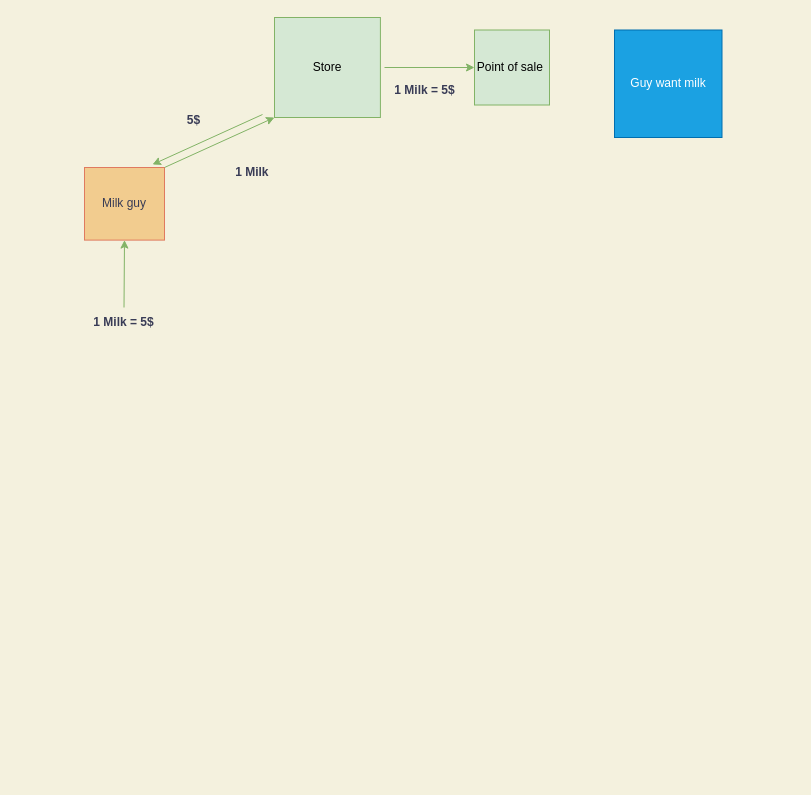
Above: Untitled Diagram.drawio in JoshuaTree63/Complete-Python-3-Bootcamp (draw.io), before the change. Source tidied: cells renumbered, new cells numbered last; positions are measured from the earlier drawing's top-left corner, leaving out a move shared by most shapes. Both pictures are drawn from the tidied source at 100%, with x=0, y=0 at pixel (74, 17). Pictures stored in the file or linked from it are replaced by grey dashed boxes.
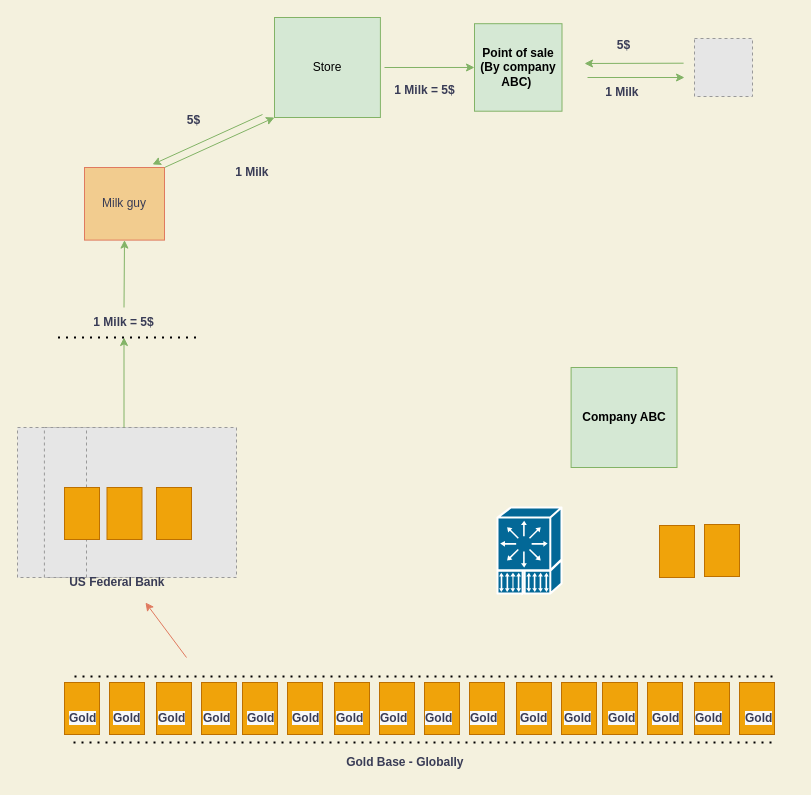
The same page after the edit.

The change refers to these unchanged cells:
```xml
<mxCell id="7" value="1 Milk = 5$" style="text;html=1;strokeColor=none;fillColor=none;align=center;verticalAlign=middle;whiteSpace=wrap;rounded=0;sketch=0;fontColor=#393C56;fontStyle=1;" parent="1" vertex="1">
  <mxGeometry y="290" width="99" height="30" as="geometry" />
</mxCell>
```

What changed in the source:
```diff
@@
-    <mxCell id="2" value="Point of sale&amp;nbsp;" style="whiteSpace=wrap;html=1;fillColor=#d5e8d4;strokeColor=#82b366;" parent="1" vertex="1">
-      <mxGeometry x="400" y="12.5" width="75" height="75" as="geometry" />
+    <mxCell id="2" value="&lt;b&gt;Point of sale (By company ABC)&amp;nbsp;&lt;/b&gt;" style="whiteSpace=wrap;html=1;fillColor=#d5e8d4;strokeColor=#82b366;" parent="1" vertex="1">
+      <mxGeometry x="400" y="6.2" width="87.5" height="87.5" as="geometry" />
     </mxCell>
@@
-    <mxCell id="13" value="Guy want milk" style="whiteSpace=wrap;html=1;fillColor=#1ba1e2;strokeColor=#006EAF;fontColor=#ffffff;" parent="1" vertex="1">
-      <mxGeometry x="540" y="12.5" width="107.5" height="107.5" as="geometry" />
-    </mxCell>
+    <mxCell id="14" style="endArrow=classic;html=1;rounded=0;labelBackgroundColor=#F4F1DE;strokeColor=#82b366;fontColor=#393C56;fillColor=#d5e8d4;exitX=0;exitY=0;exitDx=0;exitDy=0;" parent="1" edge="1">
+      <mxGeometry relative="1" as="geometry">
+        <mxPoint x="513" y="60" as="sourcePoint" />
+        <mxPoint x="610" y="60" as="targetPoint" />
+      </mxGeometry>
+    </mxCell>
+    <mxCell id="15" value="1 Milk&amp;nbsp;" style="text;html=1;strokeColor=none;fillColor=none;align=center;verticalAlign=middle;whiteSpace=wrap;rounded=0;sketch=0;fontColor=#393C56;fontStyle=1;" parent="1" vertex="1">
+      <mxGeometry x="500" y="60" width="99" height="30" as="geometry" />
+    </mxCell>
+    <mxCell id="16" value="5$" style="text;html=1;strokeColor=none;fillColor=none;align=center;verticalAlign=middle;whiteSpace=wrap;rounded=0;sketch=0;fontColor=#393C56;fontStyle=1;" parent="1" vertex="1">
+      <mxGeometry x="500" y="12.5" width="99" height="30" as="geometry" />
+    </mxCell>
+    <mxCell id="17" style="endArrow=classic;html=1;rounded=0;labelBackgroundColor=#F4F1DE;strokeColor=#82b366;fontColor=#393C56;fillColor=#d5e8d4;exitX=-0.011;exitY=0.429;exitDx=0;exitDy=0;exitPerimeter=0;" parent="1" edge="1">
+      <mxGeometry relative="1" as="geometry">
+        <mxPoint x="609.1" y="45.7" as="sourcePoint" />
+        <mxPoint x="510" y="46" as="targetPoint" />
+      </mxGeometry>
+    </mxCell>
+    <mxCell id="18" style="fillColor=#E6E6E6;strokeColor=#999999;dashed=1;html=1;verticalAlign=top;verticalLabelPosition=bottom;labelBackgroundColor=#ffffff;fontColor=#393C56;" parent="1" vertex="1">
+      <mxGeometry x="620" y="21" width="58" height="58" as="geometry" />
+    </mxCell>
+    <mxCell id="19" style="fillColor=#E6E6E6;strokeColor=#999999;dashed=1;html=1;verticalAlign=top;verticalLabelPosition=bottom;labelBackgroundColor=#ffffff;fontColor=#393C56;" parent="1" vertex="1">
+      <mxGeometry x="-57" y="410" width="150" height="150" as="geometry" />
+    </mxCell>
+    <mxCell id="20" style="fillColor=#E6E6E6;strokeColor=#999999;dashed=1;html=1;verticalAlign=top;verticalLabelPosition=bottom;labelBackgroundColor=#ffffff;fontColor=#393C56;" parent="1" vertex="1">
+      <mxGeometry x="-30.1" y="410" width="150" height="150" as="geometry" />
+    </mxCell>
+    <mxCell id="21" style="fillColor=#E6E6E6;strokeColor=#999999;dashed=1;html=1;verticalAlign=top;verticalLabelPosition=bottom;labelBackgroundColor=#ffffff;fontColor=#393C56;" parent="1" vertex="1">
+      <mxGeometry x="12" y="410" width="150" height="150" as="geometry" />
+    </mxCell>
+    <mxCell id="22" value="US&amp;nbsp;&lt;span&gt;Federal Bank&amp;nbsp;&lt;/span&gt;" style="text;html=1;strokeColor=none;fillColor=none;align=center;verticalAlign=middle;whiteSpace=wrap;rounded=0;sketch=0;fontColor=#393C56;fontStyle=1;" parent="1" vertex="1">
+      <mxGeometry x="-35.6" y="550" width="161" height="30" as="geometry" />
+    </mxCell>
+    <mxCell id="23" style="endArrow=classic;html=1;rounded=0;labelBackgroundColor=#F4F1DE;strokeColor=#82b366;fontColor=#393C56;fillColor=#d5e8d4;entryX=0.5;entryY=1;entryDx=0;entryDy=0;exitX=0.25;exitY=0;exitDx=0;exitDy=0;" parent="1" edge="1" source="21" target="7">
+      <mxGeometry relative="1" as="geometry" />
+    </mxCell>
+    <mxCell id="24" style="rounded=0;whiteSpace=wrap;html=1;sketch=0;fontColor=#000000;strokeColor=#BD7000;fillColor=#f0a30a;fontStyle=1;" parent="1" vertex="1">
+      <mxGeometry x="-10" y="665" width="35" height="52" as="geometry" />
+    </mxCell>
+    <mxCell id="25" style="rounded=0;whiteSpace=wrap;html=1;sketch=0;fontColor=#000000;strokeColor=#BD7000;fillColor=#f0a30a;fontStyle=1;" parent="1" vertex="1">
+      <mxGeometry x="35" y="665" width="35" height="52" as="geometry" />
+    </mxCell>
+    <mxCell id="26" style="rounded=0;whiteSpace=wrap;html=1;sketch=0;fontColor=#000000;strokeColor=#BD7000;fillColor=#f0a30a;fontStyle=1;" parent="1" vertex="1">
+      <mxGeometry x="82" y="665" width="35" height="52" as="geometry" />
+    </mxCell>
+    <mxCell id="27" style="rounded=0;whiteSpace=wrap;html=1;sketch=0;fontColor=#000000;strokeColor=#BD7000;fillColor=#f0a30a;fontStyle=1;" parent="1" vertex="1">
+      <mxGeometry x="127" y="665" width="35" height="52" as="geometry" />
+    </mxCell>
+    <mxCell id="28" style="rounded=0;whiteSpace=wrap;html=1;sketch=0;fontColor=#000000;strokeColor=#BD7000;fillColor=#f0a30a;" parent="1" vertex="1">
+      <mxGeometry x="168" y="665" width="35" height="52" as="geometry" />
+    </mxCell>
+    <mxCell id="29" style="rounded=0;whiteSpace=wrap;html=1;sketch=0;fontColor=#000000;strokeColor=#BD7000;fillColor=#f0a30a;" parent="1" vertex="1">
+      <mxGeometry x="213" y="665" width="35" height="52" as="geometry" />
+    </mxCell>
+    <mxCell id="30" style="rounded=0;whiteSpace=wrap;html=1;sketch=0;fontColor=#000000;strokeColor=#BD7000;fillColor=#f0a30a;" parent="1" vertex="1">
+      <mxGeometry x="260" y="665" width="35" height="52" as="geometry" />
+    </mxCell>
+    <mxCell id="31" style="rounded=0;whiteSpace=wrap;html=1;sketch=0;fontColor=#000000;strokeColor=#BD7000;fillColor=#f0a30a;" parent="1" vertex="1">
+      <mxGeometry x="305" y="665" width="35" height="52" as="geometry" />
+    </mxCell>
+    <mxCell id="32" style="rounded=0;whiteSpace=wrap;html=1;sketch=0;fontColor=#000000;strokeColor=#BD7000;fillColor=#f0a30a;fontStyle=1;" parent="1" vertex="1">
+      <mxGeometry x="350" y="665" width="35" height="52" as="geometry" />
+    </mxCell>
+    <mxCell id="33" style="rounded=0;whiteSpace=wrap;html=1;sketch=0;fontColor=#000000;strokeColor=#BD7000;fillColor=#f0a30a;fontStyle=1;" parent="1" vertex="1">
+      <mxGeometry x="395" y="665" width="35" height="52" as="geometry" />
+    </mxCell>
+    <mxCell id="34" style="rounded=0;whiteSpace=wrap;html=1;sketch=0;fontColor=#000000;strokeColor=#BD7000;fillColor=#f0a30a;fontStyle=1;" parent="1" vertex="1">
+      <mxGeometry x="442" y="665" width="35" height="52" as="geometry" />
+    </mxCell>
+    <mxCell id="35" style="rounded=0;whiteSpace=wrap;html=1;sketch=0;fontColor=#000000;strokeColor=#BD7000;fillColor=#f0a30a;fontStyle=1;" parent="1" vertex="1">
+      <mxGeometry x="487" y="665" width="35" height="52" as="geometry" />
+    </mxCell>
+    <mxCell id="36" style="rounded=0;whiteSpace=wrap;html=1;sketch=0;fontColor=#000000;strokeColor=#BD7000;fillColor=#f0a30a;" parent="1" vertex="1">
+      <mxGeometry x="528" y="665" width="35" height="52" as="geometry" />
+    </mxCell>
+    <mxCell id="37" style="rounded=0;whiteSpace=wrap;html=1;sketch=0;fontColor=#000000;strokeColor=#BD7000;fillColor=#f0a30a;" parent="1" vertex="1">
+      <mxGeometry x="573" y="665" width="35" height="52" as="geometry" />
+    </mxCell>
+    <mxCell id="38" style="rounded=0;whiteSpace=wrap;html=1;sketch=0;fontColor=#000000;strokeColor=#BD7000;fillColor=#f0a30a;" parent="1" vertex="1">
+      <mxGeometry x="620" y="665" width="35" height="52" as="geometry" />
+    </mxCell>
+    <mxCell id="39" style="rounded=0;whiteSpace=wrap;html=1;sketch=0;fontColor=#000000;strokeColor=#BD7000;fillColor=#f0a30a;" parent="1" vertex="1">
+      <mxGeometry x="665" y="665" width="35" height="52" as="geometry" />
+    </mxCell>
+    <mxCell id="40" value="&lt;b&gt;Gold&lt;/b&gt;&lt;b&gt;&amp;nbsp;Base - Globally&amp;nbsp;&lt;/b&gt;" style="text;html=1;strokeColor=none;fillColor=none;align=center;verticalAlign=middle;whiteSpace=wrap;rounded=0;sketch=0;fontColor=#393C56;" parent="1" vertex="1">
+      <mxGeometry x="270" y="730" width="125" height="30" as="geometry" />
+    </mxCell>
+    <mxCell id="41" style="endArrow=none;dashed=1;html=1;dashPattern=1 3;strokeWidth=2;rounded=1;sketch=0;fontColor=#393C56;fillColor=#F2CC8F;curved=0;" parent="1" edge="1">
+      <mxGeometry relative="1" as="geometry">
+        <mxPoint y="659" as="sourcePoint" />
+        <mxPoint x="700" y="659" as="targetPoint" />
+        <Array as="points">
+          <mxPoint y="659" />
+        </Array>
+      </mxGeometry>
+    </mxCell>
+    <mxCell id="42" style="endArrow=none;dashed=1;html=1;dashPattern=1 3;strokeWidth=2;rounded=1;sketch=0;fontColor=#393C56;fillColor=#F2CC8F;curved=0;" parent="1" edge="1">
+      <mxGeometry relative="1" as="geometry">
+        <mxPoint x="-1" y="725" as="sourcePoint" />
+        <mxPoint x="699" y="725" as="targetPoint" />
+        <Array as="points">
+          <mxPoint x="-1" y="725" />
+        </Array>
+      </mxGeometry>
+    </mxCell>
+    <mxCell id="43" style="rounded=0;whiteSpace=wrap;html=1;sketch=0;fontColor=#000000;strokeColor=#BD7000;fillColor=#f0a30a;fontStyle=1;" parent="1" vertex="1">
+      <mxGeometry x="32.5" y="470" width="35" height="52" as="geometry" />
+    </mxCell>
+    <mxCell id="44" style="rounded=0;whiteSpace=wrap;html=1;sketch=0;fontColor=#000000;strokeColor=#BD7000;fillColor=#f0a30a;fontStyle=1;" parent="1" vertex="1">
+      <mxGeometry x="-10" y="470" width="35" height="52" as="geometry" />
+    </mxCell>
+    <mxCell id="45" style="rounded=0;whiteSpace=wrap;html=1;sketch=0;fontColor=#000000;strokeColor=#BD7000;fillColor=#f0a30a;fontStyle=1;" parent="1" vertex="1">
+      <mxGeometry x="82" y="470" width="35" height="52" as="geometry" />
+    </mxCell>
+    <mxCell id="46" style="endArrow=none;dashed=1;html=1;dashPattern=1 3;strokeWidth=2;rounded=1;sketch=0;fontColor=#393C56;fillColor=#F2CC8F;curved=0;" parent="1" edge="1">
+      <mxGeometry relative="1" as="geometry">
+        <mxPoint x="-16.5" y="320" as="sourcePoint" />
+        <mxPoint x="121.5" y="320" as="targetPoint" />
+        <Array as="points">
+          <mxPoint x="-16.5" y="320" />
+        </Array>
+      </mxGeometry>
+    </mxCell>
+    <mxCell id="47" style="endArrow=classic;html=1;rounded=1;sketch=0;fontColor=#393C56;strokeColor=#E07A5F;fillColor=#F2CC8F;curved=0;entryX=0.662;entryY=1.167;entryDx=0;entryDy=0;entryPerimeter=0;" parent="1" edge="1" target="22">
+      <mxGeometry relative="1" as="geometry">
+        <mxPoint x="112" y="640" as="sourcePoint" />
+      </mxGeometry>
+    </mxCell>
+    <mxCell id="48" value="&lt;b&gt;Company ABC&lt;/b&gt;" style="whiteSpace=wrap;html=1;fillColor=#d5e8d4;strokeColor=#82b366;" parent="1" vertex="1">
+      <mxGeometry x="496.6" y="350" width="105.9" height="100" as="geometry" />
+    </mxCell>
+    <mxCell id="49" style="shape=mxgraph.cisco.computers_and_peripherals.pc_adapter_card;html=1;dashed=0;fillColor=#036897;strokeColor=#ffffff;strokeWidth=2;verticalLabelPosition=bottom;verticalAlign=top;align=center;rounded=0;sketch=0;fontColor=#393C56;" parent="1" vertex="1">
+      <mxGeometry x="423" y="490" width="64" height="86" as="geometry" />
+    </mxCell>
+    <mxCell id="50" style="rounded=0;whiteSpace=wrap;html=1;sketch=0;fontColor=#000000;strokeColor=#BD7000;fillColor=#f0a30a;" parent="1" vertex="1">
+      <mxGeometry x="630" y="507" width="35" height="52" as="geometry" />
+    </mxCell>
+    <mxCell id="51" style="rounded=0;whiteSpace=wrap;html=1;sketch=0;fontColor=#000000;strokeColor=#BD7000;fillColor=#f0a30a;" parent="1" vertex="1">
+      <mxGeometry x="585" y="508" width="35" height="52" as="geometry" />
+    </mxCell>
+    <mxCell id="52" value="&lt;b style=&quot;color: rgb(57, 60, 86); font-family: helvetica; font-size: 12px; font-style: normal; letter-spacing: normal; text-align: center; text-indent: 0px; text-transform: none; word-spacing: 0px; background-color: rgb(248, 249, 250);&quot;&gt;Gold&lt;/b&gt;" style="text;whiteSpace=wrap;html=1;fontColor=#393C56;" parent="1" vertex="1">
+      <mxGeometry x="-7" y="687" width="50" height="30" as="geometry" />
+    </mxCell>
+    <mxCell id="53" value="&lt;b style=&quot;color: rgb(57, 60, 86); font-family: helvetica; font-size: 12px; font-style: normal; letter-spacing: normal; text-align: center; text-indent: 0px; text-transform: none; word-spacing: 0px; background-color: rgb(248, 249, 250);&quot;&gt;Gold&lt;/b&gt;" style="text;whiteSpace=wrap;html=1;fontColor=#393C56;" parent="1" vertex="1">
+      <mxGeometry x="37" y="687" width="50" height="30" as="geometry" />
+    </mxCell>
+    <mxCell id="54" value="&lt;b style=&quot;color: rgb(57, 60, 86); font-family: helvetica; font-size: 12px; font-style: normal; letter-spacing: normal; text-align: center; text-indent: 0px; text-transform: none; word-spacing: 0px; background-color: rgb(248, 249, 250);&quot;&gt;Gold&lt;/b&gt;" style="text;whiteSpace=wrap;html=1;fontColor=#393C56;" parent="1" vertex="1">
+      <mxGeometry x="82" y="687" width="50" height="30" as="geometry" />
+    </mxCell>
+    <mxCell id="55" value="&lt;b style=&quot;color: rgb(57, 60, 86); font-family: helvetica; font-size: 12px; font-style: normal; letter-spacing: normal; text-align: center; text-indent: 0px; text-transform: none; word-spacing: 0px; background-color: rgb(248, 249, 250);&quot;&gt;Gold&lt;/b&gt;" style="text;whiteSpace=wrap;html=1;fontColor=#393C56;" parent="1" vertex="1">
+      <mxGeometry x="127" y="687" width="50" height="30" as="geometry" />
+    </mxCell>
+    <mxCell id="56" value="&lt;b style=&quot;color: rgb(57, 60, 86); font-family: helvetica; font-size: 12px; font-style: normal; letter-spacing: normal; text-align: center; text-indent: 0px; text-transform: none; word-spacing: 0px; background-color: rgb(248, 249, 250);&quot;&gt;Gold&lt;/b&gt;" style="text;whiteSpace=wrap;html=1;fontColor=#393C56;" parent="1" vertex="1">
+      <mxGeometry x="171" y="687" width="50" height="30" as="geometry" />
+    </mxCell>
+    <mxCell id="57" value="&lt;b style=&quot;color: rgb(57, 60, 86); font-family: helvetica; font-size: 12px; font-style: normal; letter-spacing: normal; text-align: center; text-indent: 0px; text-transform: none; word-spacing: 0px; background-color: rgb(248, 249, 250);&quot;&gt;Gold&lt;/b&gt;" style="text;whiteSpace=wrap;html=1;fontColor=#393C56;" parent="1" vertex="1">
+      <mxGeometry x="216" y="687" width="50" height="30" as="geometry" />
+    </mxCell>
+    <mxCell id="58" value="&lt;b style=&quot;color: rgb(57, 60, 86); font-family: helvetica; font-size: 12px; font-style: normal; letter-spacing: normal; text-align: center; text-indent: 0px; text-transform: none; word-spacing: 0px; background-color: rgb(248, 249, 250);&quot;&gt;Gold&lt;/b&gt;" style="text;whiteSpace=wrap;html=1;fontColor=#393C56;" parent="1" vertex="1">
+      <mxGeometry x="260" y="687" width="50" height="30" as="geometry" />
+    </mxCell>
+    <mxCell id="59" value="&lt;b style=&quot;color: rgb(57, 60, 86); font-family: helvetica; font-size: 12px; font-style: normal; letter-spacing: normal; text-align: center; text-indent: 0px; text-transform: none; word-spacing: 0px; background-color: rgb(248, 249, 250);&quot;&gt;Gold&lt;/b&gt;" style="text;whiteSpace=wrap;html=1;fontColor=#393C56;" parent="1" vertex="1">
+      <mxGeometry x="304" y="687" width="50" height="30" as="geometry" />
+    </mxCell>
+    <mxCell id="60" value="&lt;b style=&quot;color: rgb(57, 60, 86); font-family: helvetica; font-size: 12px; font-style: normal; letter-spacing: normal; text-align: center; text-indent: 0px; text-transform: none; word-spacing: 0px; background-color: rgb(248, 249, 250);&quot;&gt;Gold&lt;/b&gt;" style="text;whiteSpace=wrap;html=1;fontColor=#393C56;" parent="1" vertex="1">
+      <mxGeometry x="349" y="687" width="50" height="30" as="geometry" />
+    </mxCell>
+    <mxCell id="61" value="&lt;b style=&quot;color: rgb(57, 60, 86); font-family: helvetica; font-size: 12px; font-style: normal; letter-spacing: normal; text-align: center; text-indent: 0px; text-transform: none; word-spacing: 0px; background-color: rgb(248, 249, 250);&quot;&gt;Gold&lt;/b&gt;" style="text;whiteSpace=wrap;html=1;fontColor=#393C56;" parent="1" vertex="1">
+      <mxGeometry x="394" y="687" width="50" height="30" as="geometry" />
+    </mxCell>
+    <mxCell id="62" value="&lt;b style=&quot;color: rgb(57, 60, 86); font-family: helvetica; font-size: 12px; font-style: normal; letter-spacing: normal; text-align: center; text-indent: 0px; text-transform: none; word-spacing: 0px; background-color: rgb(248, 249, 250);&quot;&gt;Gold&lt;/b&gt;" style="text;whiteSpace=wrap;html=1;fontColor=#393C56;" parent="1" vertex="1">
+      <mxGeometry x="444" y="687" width="50" height="30" as="geometry" />
+    </mxCell>
+    <mxCell id="63" value="&lt;b style=&quot;color: rgb(57, 60, 86); font-family: helvetica; font-size: 12px; font-style: normal; letter-spacing: normal; text-align: center; text-indent: 0px; text-transform: none; word-spacing: 0px; background-color: rgb(248, 249, 250);&quot;&gt;Gold&lt;/b&gt;" style="text;whiteSpace=wrap;html=1;fontColor=#393C56;" parent="1" vertex="1">
+      <mxGeometry x="487.5" y="687" width="50" height="30" as="geometry" />
+    </mxCell>
+    <mxCell id="64" value="&lt;b style=&quot;color: rgb(57, 60, 86); font-family: helvetica; font-size: 12px; font-style: normal; letter-spacing: normal; text-align: center; text-indent: 0px; text-transform: none; word-spacing: 0px; background-color: rgb(248, 249, 250);&quot;&gt;Gold&lt;/b&gt;" style="text;whiteSpace=wrap;html=1;fontColor=#393C56;" parent="1" vertex="1">
+      <mxGeometry x="532" y="687" width="50" height="30" as="geometry" />
+    </mxCell>
+    <mxCell id="65" value="&lt;b style=&quot;color: rgb(57, 60, 86); font-family: helvetica; font-size: 12px; font-style: normal; letter-spacing: normal; text-align: center; text-indent: 0px; text-transform: none; word-spacing: 0px; background-color: rgb(248, 249, 250);&quot;&gt;Gold&lt;/b&gt;" style="text;whiteSpace=wrap;html=1;fontColor=#393C56;" parent="1" vertex="1">
+      <mxGeometry x="575.8" y="687" width="50" height="30" as="geometry" />
+    </mxCell>
+    <mxCell id="66" value="&lt;b style=&quot;color: rgb(57, 60, 86); font-family: helvetica; font-size: 12px; font-style: normal; letter-spacing: normal; text-align: center; text-indent: 0px; text-transform: none; word-spacing: 0px; background-color: rgb(248, 249, 250);&quot;&gt;Gold&lt;/b&gt;" style="text;whiteSpace=wrap;html=1;fontColor=#393C56;" parent="1" vertex="1">
+      <mxGeometry x="619.2" y="687" width="50" height="30" as="geometry" />
+    </mxCell>
+    <mxCell id="67" value="&lt;b style=&quot;color: rgb(57, 60, 86); font-family: helvetica; font-size: 12px; font-style: normal; letter-spacing: normal; text-align: center; text-indent: 0px; text-transform: none; word-spacing: 0px; background-color: rgb(248, 249, 250);&quot;&gt;Gold&lt;/b&gt;" style="text;whiteSpace=wrap;html=1;fontColor=#393C56;" parent="1" vertex="1">
+      <mxGeometry x="669.2" y="687" width="50" height="30" as="geometry" />
+    </mxCell>
```
